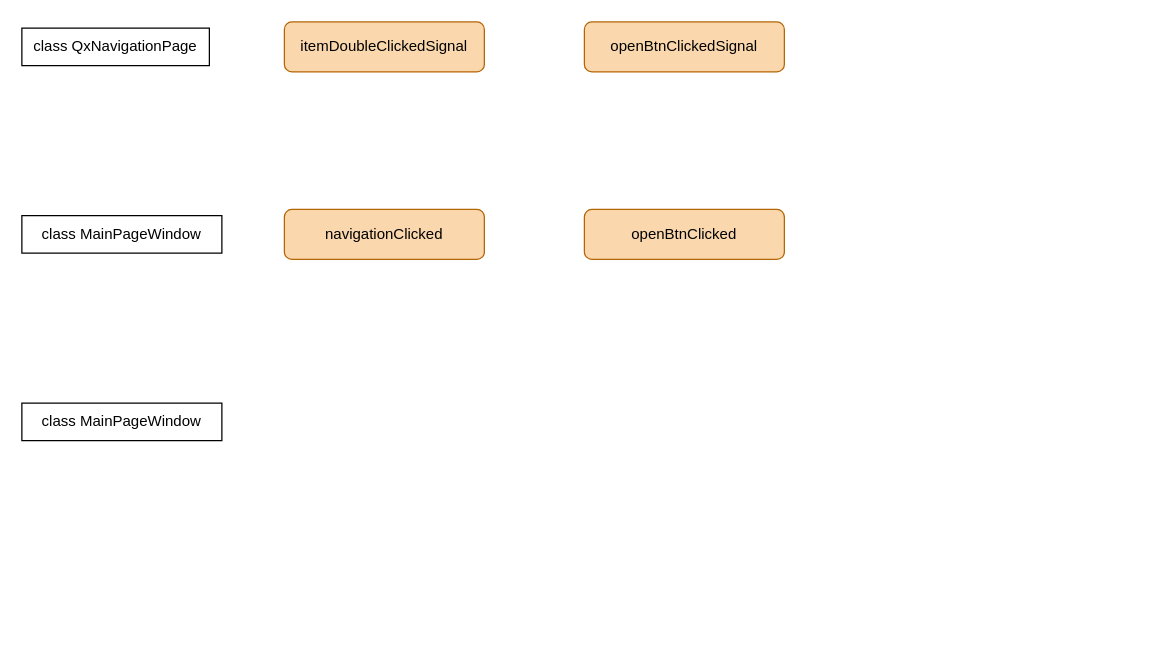
Above: 未命名绘图.drawio in FicmillaR/drawio (draw.io), before the change. Source tidied: cells renumbered, new cells numbered last; positions are measured from the earlier drawing's top-left corner, leaving out a move shared by most shapes. Both pictures are drawn from the tidied source at 125%, with x=0, y=0 at pixel (21, 21).
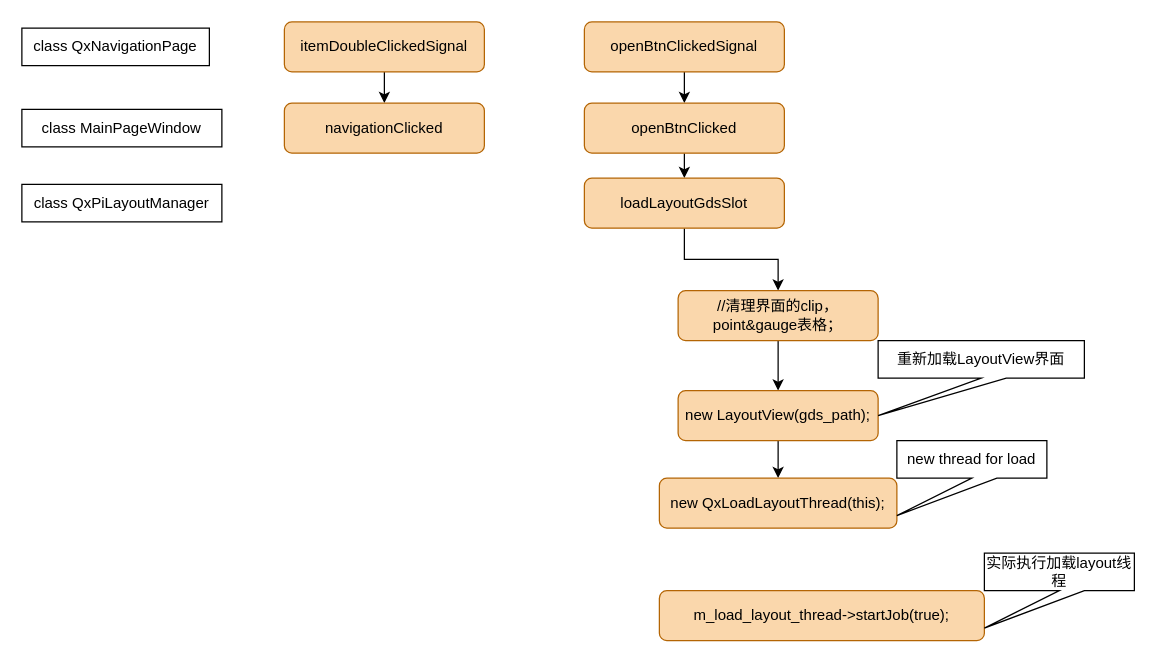
After the change.

Commit message:
更新未命名绘图.drawio

The change refers to these unchanged cells:
```xml
<mxCell id="2" value="itemDoubleClickedSignal" style="rounded=1;whiteSpace=wrap;html=1;fontSize=12;glass=0;strokeWidth=1;shadow=0;fillColor=#fad7ac;strokeColor=#b46504;" parent="1" vertex="1">
  <mxGeometry x="210" width="160" height="40" as="geometry" />
</mxCell>
<mxCell id="6" value="openBtnClickedSignal" style="rounded=1;whiteSpace=wrap;html=1;fontSize=12;glass=0;strokeWidth=1;shadow=0;fillColor=#fad7ac;strokeColor=#b46504;" parent="1" vertex="1">
  <mxGeometry x="450" width="160" height="40" as="geometry" />
</mxCell>
```

Change to the diagram source:
```diff
@@
+    <mxCell id="9" style="edgeStyle=orthogonalEdgeStyle;rounded=0;jettySize=auto;html=1;exitX=0.5;exitY=1;exitDx=0;exitDy=0;fontFamily=Helvetica;fontSize=12;fontColor=default;" parent="1" edge="1" source="2" target="8">
+      <mxGeometry relative="1" as="geometry" />
+    </mxCell>
@@
     <mxCell id="3" value="&lt;p style=&quot;language:zh-CN;margin-top:0pt;margin-bottom:0pt;margin-left:0in;&lt;br/&gt;text-align:left;direction:ltr;unicode-bidi:embed;mso-line-break-override:none;&lt;br/&gt;word-break:normal;punctuation-wrap:hanging&quot;&gt;class MainPageWindow&lt;/p&gt;" style="rounded=0;whiteSpace=wrap;html=1;" parent="1" vertex="1">
-      <mxGeometry y="155" width="160" height="30" as="geometry" />
+      <mxGeometry y="70" width="160" height="30" as="geometry" />
     </mxCell>
@@
-    <mxCell id="5" value="&lt;p style=&quot;language:zh-CN;margin-top:0pt;margin-bottom:0pt;margin-left:0in;&lt;br/&gt;text-align:left;direction:ltr;unicode-bidi:embed;mso-line-break-override:none;&lt;br/&gt;word-break:normal;punctuation-wrap:hanging&quot;&gt;class MainPageWindow&lt;/p&gt;" style="rounded=0;whiteSpace=wrap;html=1;" parent="1" vertex="1">
-      <mxGeometry y="305" width="160" height="30" as="geometry" />
+    <mxCell id="5" value="&lt;p style=&quot;language:zh-CN;margin-top:0pt;margin-bottom:0pt;margin-left:0in;&lt;br/&gt;text-align:left;direction:ltr;unicode-bidi:embed;mso-line-break-override:none;&lt;br/&gt;word-break:normal;punctuation-wrap:hanging&quot;&gt;class QxPiLayoutManager&lt;/p&gt;" style="rounded=0;whiteSpace=wrap;html=1;" parent="1" vertex="1">
+      <mxGeometry y="130" width="160" height="30" as="geometry" />
     </mxCell>
+    <mxCell id="10" style="edgeStyle=orthogonalEdgeStyle;rounded=0;jettySize=auto;html=1;exitX=0.5;exitY=1;exitDx=0;exitDy=0;fontFamily=Helvetica;fontSize=12;fontColor=default;" parent="1" edge="1" source="6" target="7">
+      <mxGeometry relative="1" as="geometry" />
+    </mxCell>
@@
+    <mxCell id="11" style="edgeStyle=orthogonalEdgeStyle;rounded=0;jettySize=auto;html=1;exitX=0.5;exitY=1;exitDx=0;exitDy=0;entryX=0.5;entryY=0;entryDx=0;entryDy=0;fontFamily=Helvetica;fontSize=12;fontColor=default;" parent="1" edge="1" source="7" target="13">
+      <mxGeometry relative="1" as="geometry" />
+    </mxCell>
     <mxCell id="7" value="openBtnClicked" style="rounded=1;whiteSpace=wrap;html=1;fontSize=12;glass=0;strokeWidth=1;shadow=0;fillColor=#fad7ac;strokeColor=#b46504;" parent="1" vertex="1">
-      <mxGeometry x="450" y="150" width="160" height="40" as="geometry" />
+      <mxGeometry x="450" y="65" width="160" height="40" as="geometry" />
     </mxCell>
     <mxCell id="8" value="navigationClicked" style="rounded=1;whiteSpace=wrap;html=1;fontSize=12;glass=0;strokeWidth=1;shadow=0;fillColor=#fad7ac;strokeColor=#b46504;" parent="1" vertex="1">
-      <mxGeometry x="210" y="150" width="160" height="40" as="geometry" />
+      <mxGeometry x="210" y="65" width="160" height="40" as="geometry" />
     </mxCell>
+    <mxCell id="12" style="edgeStyle=orthogonalEdgeStyle;rounded=0;jettySize=auto;html=1;exitX=0.5;exitY=1;exitDx=0;exitDy=0;entryX=0.5;entryY=0;entryDx=0;entryDy=0;fontFamily=Helvetica;fontSize=12;fontColor=default;" parent="1" edge="1" source="13" target="15">
+      <mxGeometry relative="1" as="geometry" />
+    </mxCell>
+    <mxCell id="13" value="loadLayoutGdsSlot" style="rounded=1;whiteSpace=wrap;html=1;fontSize=12;glass=0;strokeWidth=1;shadow=0;fillColor=#fad7ac;strokeColor=#b46504;" parent="1" vertex="1">
+      <mxGeometry x="450" y="125" width="160" height="40" as="geometry" />
+    </mxCell>
+    <mxCell id="14" style="edgeStyle=orthogonalEdgeStyle;rounded=0;jettySize=auto;html=1;exitX=0.5;exitY=1;exitDx=0;exitDy=0;fontFamily=Helvetica;fontSize=12;fontColor=default;" parent="1" edge="1" source="15" target="17">
+      <mxGeometry relative="1" as="geometry" />
+    </mxCell>
+    <mxCell id="15" value="//清理界面的clip，point&amp;amp;gauge表格；" style="rounded=1;whiteSpace=wrap;html=1;fontSize=12;glass=0;strokeWidth=1;shadow=0;fillColor=#fad7ac;strokeColor=#b46504;" parent="1" vertex="1">
+      <mxGeometry x="525" y="215" width="160" height="40" as="geometry" />
+    </mxCell>
+    <mxCell id="16" style="edgeStyle=orthogonalEdgeStyle;rounded=0;jettySize=auto;html=1;exitX=0.5;exitY=1;exitDx=0;exitDy=0;entryX=0.5;entryY=0;entryDx=0;entryDy=0;fontFamily=Helvetica;fontSize=12;fontColor=default;" parent="1" edge="1" source="17" target="18">
+      <mxGeometry relative="1" as="geometry" />
+    </mxCell>
+    <mxCell id="17" value="new LayoutView(gds_path);" style="rounded=1;whiteSpace=wrap;html=1;fontSize=12;glass=0;strokeWidth=1;shadow=0;fillColor=#fad7ac;strokeColor=#b46504;" parent="1" vertex="1">
+      <mxGeometry x="525" y="295" width="160" height="40" as="geometry" />
+    </mxCell>
+    <mxCell id="18" value="new QxLoadLayoutThread(this);" style="rounded=1;whiteSpace=wrap;html=1;fontSize=12;glass=0;strokeWidth=1;shadow=0;fillColor=#fad7ac;strokeColor=#b46504;" parent="1" vertex="1">
+      <mxGeometry x="510" y="365" width="190" height="40" as="geometry" />
+    </mxCell>
+    <mxCell id="19" value="new thread for load" style="shape=callout;whiteSpace=wrap;html=1;perimeter=calloutPerimeter;rounded=0;strokeColor=default;align=center;verticalAlign=middle;fontFamily=Helvetica;fontSize=12;fontColor=default;fillColor=default;position2=0;" parent="1" vertex="1">
+      <mxGeometry x="700" y="335" width="120" height="60" as="geometry" />
+    </mxCell>
+    <mxCell id="20" value="重新加载LayoutView界面" style="shape=callout;whiteSpace=wrap;html=1;perimeter=calloutPerimeter;rounded=0;strokeColor=default;align=center;verticalAlign=middle;fontFamily=Helvetica;fontSize=12;fontColor=default;fillColor=default;position2=0;" parent="1" vertex="1">
+      <mxGeometry x="685" y="255" width="165" height="60" as="geometry" />
+    </mxCell>
+    <mxCell id="21" value="m_load_layout_thread-&amp;gt;startJob(true);" style="rounded=1;whiteSpace=wrap;html=1;fontSize=12;glass=0;strokeWidth=1;shadow=0;fillColor=#fad7ac;strokeColor=#b46504;" parent="1" vertex="1">
+      <mxGeometry x="510" y="455" width="260" height="40" as="geometry" />
+    </mxCell>
+    <mxCell id="22" value="实际执行加载layout线程" style="shape=callout;whiteSpace=wrap;html=1;perimeter=calloutPerimeter;rounded=0;strokeColor=default;align=center;verticalAlign=middle;fontFamily=Helvetica;fontSize=12;fontColor=default;fillColor=default;position2=0;" parent="1" vertex="1">
+      <mxGeometry x="770" y="425" width="120" height="60" as="geometry" />
+    </mxCell>
```
